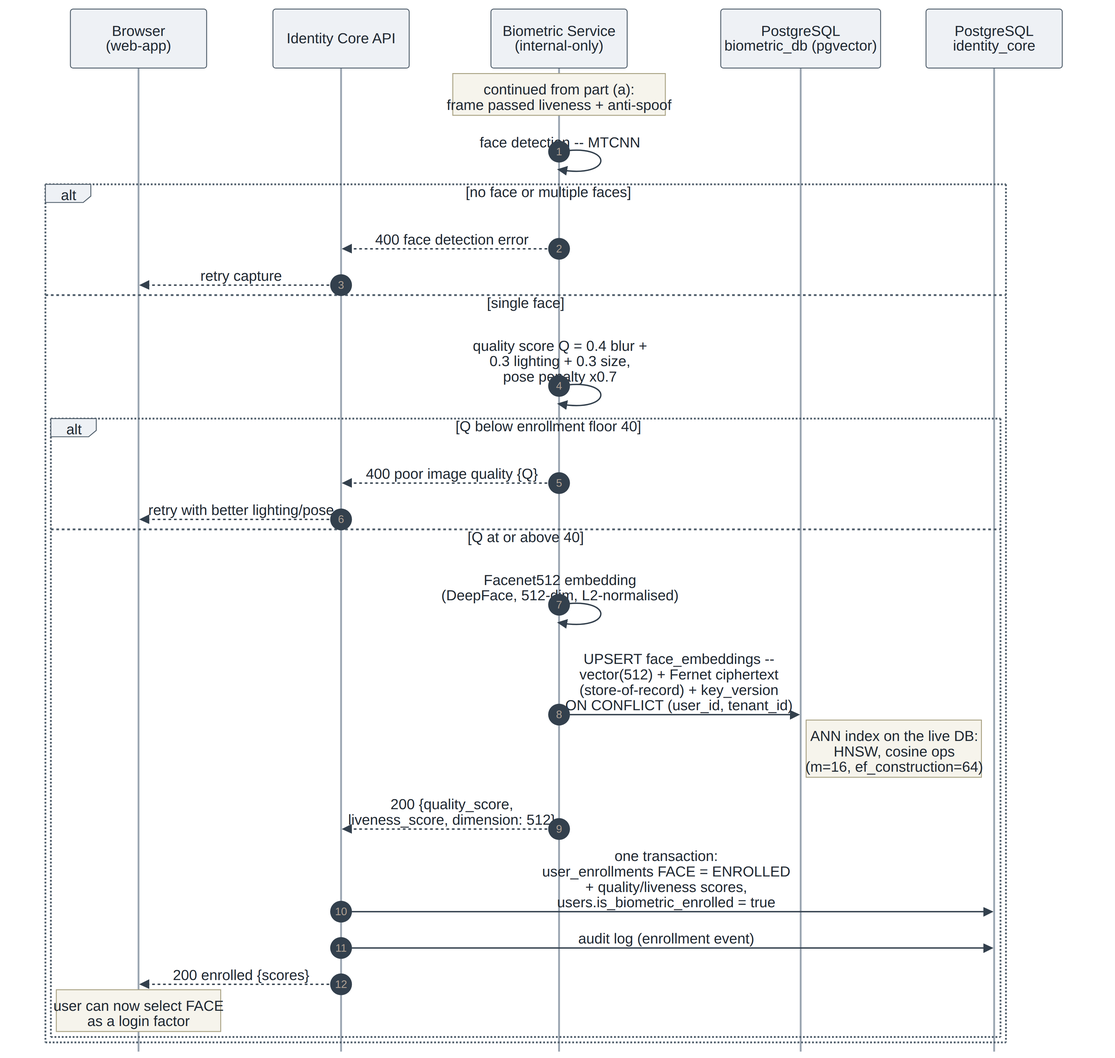
This is Thesis/build/figures/enroll_sequence_b.png from Rollingcat-Software/FIVUCSAS, a Mermaid export, as it was before one commit. Its source is kept beside it as Thesis/build/figures/src/enroll_sequence_b.mmd. The source it was exported from:
```mermaid
sequenceDiagram
    autonumber
    participant W as Browser<br/>(web-app)
    participant API as Identity Core API
    participant BIO as Biometric Service<br/>(internal-only)
    participant PGB as PostgreSQL<br/>biometric_db (pgvector)
    participant PGI as PostgreSQL<br/>identity_core

    note over BIO: continued from part (a):<br/>frame passed liveness + anti-spoof

    BIO->>BIO: face detection -- MTCNN
    alt no face or multiple faces
        BIO-->>API: 400 face detection error
        API-->>W: retry capture
    else single face
        BIO->>BIO: quality score Q = 0.4 blur +<br/>0.3 lighting + 0.3 size,<br/>pose penalty x0.7
        alt Q below enrollment floor 40
            BIO-->>API: 400 poor image quality {Q}
            API-->>W: retry with better lighting/pose
        else Q at or above 40
            BIO->>BIO: Facenet512 embedding<br/>(DeepFace, 512-dim, L2-normalised)
            BIO->>PGB: UPSERT face_embeddings --<br/>vector(512) + Fernet ciphertext<br/>(store-of-record) + key_version<br/>ON CONFLICT (user_id, tenant_id)
            note right of PGB: ANN index on the live DB:<br/>HNSW, cosine ops<br/>(m=16, ef_construction=64)
            BIO-->>API: 200 {quality_score,<br/>liveness_score, dimension: 512}
            API->>PGI: one transaction:<br/>user_enrollments FACE = ENROLLED<br/>+ quality/liveness scores,<br/>users.is_biometric_enrolled = true
            API->>PGI: audit log (enrollment event)
            API-->>W: 200 enrolled {scores}
            note over W: user can now select FACE<br/>as a login factor
        end
    end
```
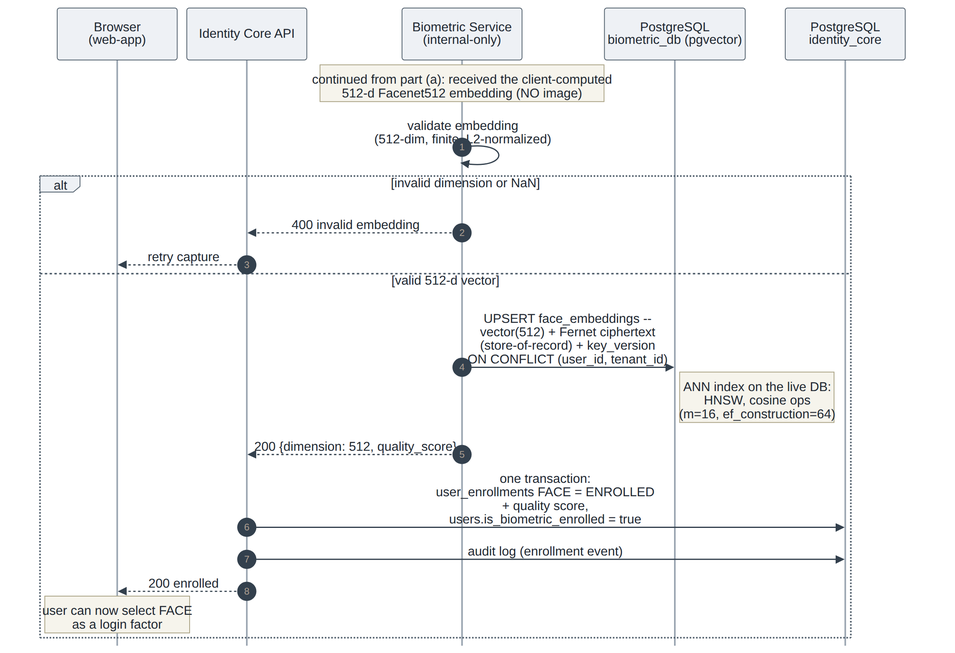
The same diagram one commit later.

Change to the diagram source:
```diff
@@ -6,25 +6,18 @@
     participant PGB as PostgreSQL<br/>biometric_db (pgvector)
     participant PGI as PostgreSQL<br/>identity_core
 
-    note over BIO: continued from part (a):<br/>frame passed liveness + anti-spoof
+    note over BIO: continued from part (a): received the client-computed<br/>512-d Facenet512 embedding (NO image)
 
-    BIO->>BIO: face detection -- MTCNN
-    alt no face or multiple faces
-        BIO-->>API: 400 face detection error
+    BIO->>BIO: validate embedding<br/>(512-dim, finite, L2-normalized)
+    alt invalid dimension or NaN
+        BIO-->>API: 400 invalid embedding
         API-->>W: retry capture
-    else single face
-        BIO->>BIO: quality score Q = 0.4 blur +<br/>0.3 lighting + 0.3 size,<br/>pose penalty x0.7
-        alt Q below enrollment floor 40
-            BIO-->>API: 400 poor image quality {Q}
-            API-->>W: retry with better lighting/pose
-        else Q at or above 40
-            BIO->>BIO: Facenet512 embedding<br/>(DeepFace, 512-dim, L2-normalised)
-            BIO->>PGB: UPSERT face_embeddings --<br/>vector(512) + Fernet ciphertext<br/>(store-of-record) + key_version<br/>ON CONFLICT (user_id, tenant_id)
-            note right of PGB: ANN index on the live DB:<br/>HNSW, cosine ops<br/>(m=16, ef_construction=64)
-            BIO-->>API: 200 {quality_score,<br/>liveness_score, dimension: 512}
-            API->>PGI: one transaction:<br/>user_enrollments FACE = ENROLLED<br/>+ quality/liveness scores,<br/>users.is_biometric_enrolled = true
-            API->>PGI: audit log (enrollment event)
-            API-->>W: 200 enrolled {scores}
-            note over W: user can now select FACE<br/>as a login factor
-        end
+    else valid 512-d vector
+        BIO->>PGB: UPSERT face_embeddings --<br/>vector(512) + Fernet ciphertext<br/>(store-of-record) + key_version<br/>ON CONFLICT (user_id, tenant_id)
+        note right of PGB: ANN index on the live DB:<br/>HNSW, cosine ops<br/>(m=16, ef_construction=64)
+        BIO-->>API: 200 {dimension: 512, quality_score}
+        API->>PGI: one transaction:<br/>user_enrollments FACE = ENROLLED<br/>+ quality score,<br/>users.is_biometric_enrolled = true
+        API->>PGI: audit log (enrollment event)
+        API-->>W: 200 enrolled
+        note over W: user can now select FACE<br/>as a login factor
     end
```
